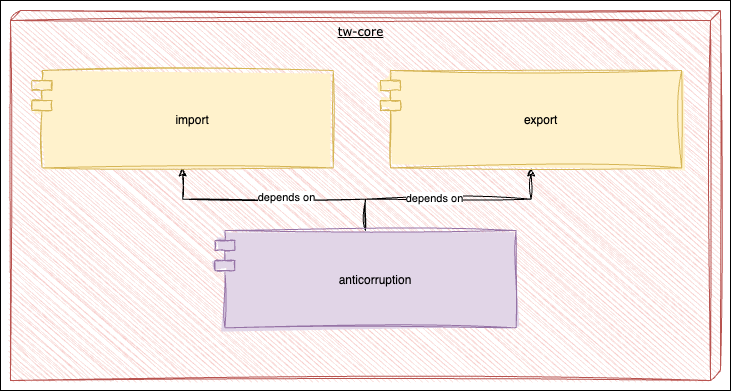
Earlier version of the draw.io export docs/assets/static-level-2.drawio.png (tinohertlein/timesheet-wizard). Source tidied: cells renumbered, new cells last; positions are measured from the earlier drawing's top-left corner, leaving out a move shared by most shapes.
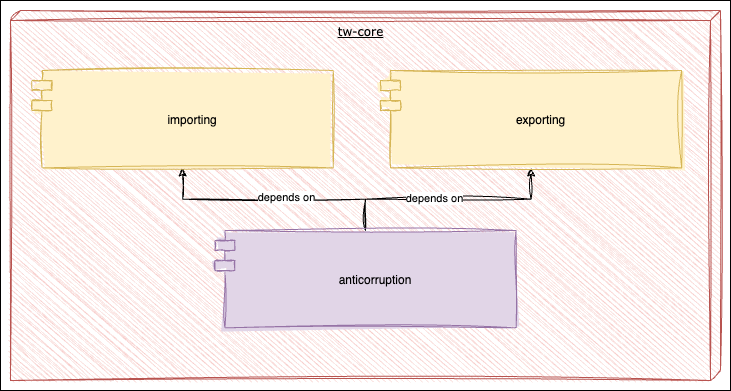
Above is the later version.

Diff of the diagram source:
```diff
@@ -17,7 +17,7 @@
     <mxCell id="6" value="depends on" style="edgeLabel;html=1;align=center;verticalAlign=middle;" parent="5" vertex="1">
       <mxGeometry x="0.1" y="2" relative="1" as="geometry" />
     </mxCell>
-    <mxCell id="7" value="import" style="shape=module;align=left;spacingLeft=20;align=center;verticalAlign=middle;sketch=1;curveFitting=1;jiggle=2;fillColor=#fff2cc;strokeColor=#d6b656;fillStyle=solid;" parent="3" vertex="1">
+    <mxCell id="7" value="importing" style="shape=module;align=left;spacingLeft=20;align=center;verticalAlign=middle;sketch=1;curveFitting=1;jiggle=2;fillColor=#fff2cc;strokeColor=#d6b656;fillStyle=solid;" parent="3" vertex="1">
       <mxGeometry x="21.5" y="60" width="301.2" height="97.4" as="geometry" />
     </mxCell>
     <mxCell id="8" style="edgeStyle=orthogonalEdgeStyle;rounded=0;jettySize=auto;html=1;sketch=1;curveFitting=1;jiggle=2;endArrow=none;endFill=0;startArrow=classic;startFill=1;" parent="3" edge="1" source="10" target="11">
@@ -26,7 +26,7 @@
     <mxCell id="9" value="depends on" style="edgeLabel;html=1;align=center;verticalAlign=middle;" parent="8" vertex="1">
       <mxGeometry x="0.12" y="-1" relative="1" as="geometry" />
     </mxCell>
-    <mxCell id="10" value="export" style="shape=module;align=left;spacingLeft=20;align=center;verticalAlign=middle;sketch=1;curveFitting=1;jiggle=2;fillColor=#fff2cc;strokeColor=#d6b656;fillStyle=solid;" parent="3" vertex="1">
+    <mxCell id="10" value="exporting" style="shape=module;align=left;spacingLeft=20;align=center;verticalAlign=middle;sketch=1;curveFitting=1;jiggle=2;fillColor=#fff2cc;strokeColor=#d6b656;fillStyle=solid;" parent="3" vertex="1">
       <mxGeometry x="370" y="60" width="301.2" height="97.4" as="geometry" />
     </mxCell>
     <mxCell id="11" value="anticorruption" style="shape=module;align=left;spacingLeft=20;align=center;verticalAlign=middle;sketch=1;curveFitting=1;jiggle=2;fillColor=#e1d5e7;strokeColor=#9673a6;fillStyle=solid;" parent="3" vertex="1">
```
